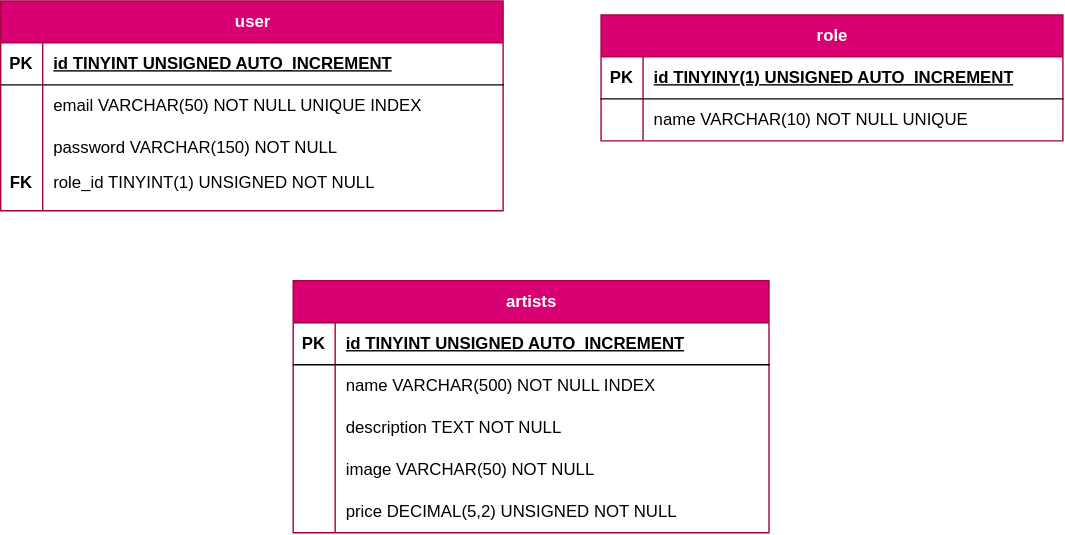
Before: code/merise /MPD.drawio.svg, a diagram exported from draw.io (Domitch/souk-sonore-festival). Source tidied: cells renumbered, new cells last; positions are measured from the earlier drawing's top-left corner, leaving out a move shared by most shapes. Its diagram source:
```xml
<mxGraphModel>
  <root>
    <mxCell id="0" />
    <mxCell id="1" parent="0" />
    <mxCell id="2" value="user" style="shape=table;startSize=30;rowLines=0;fontStyle=1;align=center;html=1;fillColor=#d80073;strokeColor=#A50040;fontColor=#ffffff;" parent="1" vertex="1">
      <mxGeometry width="359" height="150" as="geometry" />
    </mxCell>
    <mxCell id="3" style="shape=tableRow;horizontal=0;startSize=0;swimlaneHead=0;swimlaneBody=0;fillColor=none;top=0;left=0;right=0;bottom=1;" parent="2" vertex="1">
      <mxGeometry y="30" width="359" height="30" as="geometry" />
    </mxCell>
    <mxCell id="4" value="PK" style="shape=partialRectangle;fillColor=none;top=0;left=0;bottom=0;right=0;fontStyle=1;overflow=hidden;whiteSpace=wrap;html=1;" parent="3" vertex="1">
      <mxGeometry width="30" height="30" as="geometry" />
    </mxCell>
    <mxCell id="5" value="id TINYINT UNSIGNED AUTO_INCREMENT" style="shape=partialRectangle;fillColor=none;top=0;left=0;bottom=0;right=0;align=left;spacingLeft=6;fontStyle=5;overflow=hidden;whiteSpace=wrap;html=1;" parent="3" vertex="1">
      <mxGeometry x="30" width="329" height="30" as="geometry" />
    </mxCell>
    <mxCell id="6" style="shape=tableRow;horizontal=0;startSize=0;swimlaneHead=0;swimlaneBody=0;fillColor=none;top=0;left=0;right=0;bottom=0;" parent="2" vertex="1">
      <mxGeometry y="60" width="359" height="30" as="geometry" />
    </mxCell>
    <mxCell id="7" style="shape=partialRectangle;fillColor=none;top=0;left=0;bottom=0;right=0;overflow=hidden;whiteSpace=wrap;html=1;" parent="6" vertex="1">
      <mxGeometry width="30" height="30" as="geometry" />
    </mxCell>
    <mxCell id="8" value="email VARCHAR(50) NOT NULL UNIQUE INDEX" style="shape=partialRectangle;fillColor=none;top=0;left=0;bottom=0;right=0;align=left;spacingLeft=6;overflow=hidden;whiteSpace=wrap;html=1;" parent="6" vertex="1">
      <mxGeometry x="30" width="329" height="30" as="geometry" />
    </mxCell>
    <mxCell id="9" style="shape=tableRow;horizontal=0;startSize=0;swimlaneHead=0;swimlaneBody=0;fillColor=none;top=0;left=0;right=0;bottom=0;" parent="2" vertex="1">
      <mxGeometry y="90" width="359" height="30" as="geometry" />
    </mxCell>
    <mxCell id="10" style="shape=partialRectangle;fillColor=none;top=0;left=0;bottom=0;right=0;overflow=hidden;whiteSpace=wrap;html=1;" parent="9" vertex="1">
      <mxGeometry width="30" height="30" as="geometry" />
    </mxCell>
    <mxCell id="11" value="password VARCHAR(150) NOT NULL" style="shape=partialRectangle;fillColor=none;top=0;left=0;bottom=0;right=0;align=left;spacingLeft=6;overflow=hidden;whiteSpace=wrap;html=1;" parent="9" vertex="1">
      <mxGeometry x="30" width="329" height="30" as="geometry" />
    </mxCell>
    <mxCell id="12" style="shape=tableRow;horizontal=0;startSize=0;swimlaneHead=0;swimlaneBody=0;fillColor=none;top=0;left=0;right=0;bottom=0;" parent="2" vertex="1">
      <mxGeometry y="120" width="359" height="30" as="geometry" />
    </mxCell>
    <mxCell id="13" style="shape=partialRectangle;fillColor=none;top=0;left=0;bottom=0;right=0;overflow=hidden;whiteSpace=wrap;html=1;fontStyle=1;" parent="12" vertex="1">
      <mxGeometry width="30" height="30" as="geometry" />
    </mxCell>
    <mxCell id="14" style="shape=partialRectangle;fillColor=none;top=0;left=0;bottom=0;right=0;align=left;spacingLeft=6;overflow=hidden;whiteSpace=wrap;html=1;" parent="12" vertex="1">
      <mxGeometry x="30" width="329" height="30" as="geometry" />
    </mxCell>
    <mxCell id="15" value="FK" style="shape=partialRectangle;fillColor=none;top=0;left=0;bottom=0;right=0;overflow=hidden;whiteSpace=wrap;html=1;fontStyle=1;" parent="1" vertex="1">
      <mxGeometry y="120" width="30" height="20" as="geometry" />
    </mxCell>
    <mxCell id="16" value="role_id TINYINT(1) UNSIGNED NOT NULL" style="shape=partialRectangle;fillColor=none;top=0;left=0;bottom=0;right=0;align=left;spacingLeft=6;overflow=hidden;whiteSpace=wrap;html=1;" parent="1" vertex="1">
      <mxGeometry x="30" y="120" width="329" height="20" as="geometry" />
    </mxCell>
    <mxCell id="17" value="role" style="shape=table;startSize=30;rowLines=0;fontStyle=1;align=center;html=1;fillColor=#d80073;strokeColor=#A50040;fontColor=#ffffff;" parent="1" vertex="1">
      <mxGeometry x="429" y="10" width="330" height="90" as="geometry" />
    </mxCell>
    <mxCell id="18" style="shape=tableRow;horizontal=0;startSize=0;swimlaneHead=0;swimlaneBody=0;fillColor=none;top=0;left=0;right=0;bottom=1;" parent="17" vertex="1">
      <mxGeometry y="30" width="330" height="30" as="geometry" />
    </mxCell>
    <mxCell id="19" value="PK" style="shape=partialRectangle;fillColor=none;top=0;left=0;bottom=0;right=0;fontStyle=1;overflow=hidden;whiteSpace=wrap;html=1;" parent="18" vertex="1">
      <mxGeometry width="30" height="30" as="geometry" />
    </mxCell>
    <mxCell id="20" value="id TINYINY(1) UNSIGNED AUTO_INCREMENT" style="shape=partialRectangle;fillColor=none;top=0;left=0;bottom=0;right=0;align=left;spacingLeft=6;fontStyle=5;overflow=hidden;whiteSpace=wrap;html=1;" parent="18" vertex="1">
      <mxGeometry x="30" width="300" height="30" as="geometry" />
    </mxCell>
    <mxCell id="21" style="shape=tableRow;horizontal=0;startSize=0;swimlaneHead=0;swimlaneBody=0;fillColor=none;top=0;left=0;right=0;bottom=0;" parent="17" vertex="1">
      <mxGeometry y="60" width="330" height="30" as="geometry" />
    </mxCell>
    <mxCell id="22" style="shape=partialRectangle;fillColor=none;top=0;left=0;bottom=0;right=0;overflow=hidden;whiteSpace=wrap;html=1;" parent="21" vertex="1">
      <mxGeometry width="30" height="30" as="geometry" />
    </mxCell>
    <mxCell id="23" value="name VARCHAR(10) NOT NULL UNIQUE" style="shape=partialRectangle;fillColor=none;top=0;left=0;bottom=0;right=0;align=left;spacingLeft=6;overflow=hidden;whiteSpace=wrap;html=1;" parent="21" vertex="1">
      <mxGeometry x="30" width="300" height="30" as="geometry" />
    </mxCell>
    <mxCell id="24" value="artists" style="shape=table;startSize=30;rowLines=0;fontStyle=1;align=center;html=1;fillColor=#d80073;strokeColor=#A50040;fontColor=#ffffff;" parent="1" vertex="1">
      <mxGeometry x="209" y="200" width="340" height="180" as="geometry" />
    </mxCell>
    <mxCell id="25" style="shape=tableRow;horizontal=0;startSize=0;swimlaneHead=0;swimlaneBody=0;fillColor=none;top=0;left=0;right=0;bottom=1;" parent="24" vertex="1">
      <mxGeometry y="30" width="340" height="30" as="geometry" />
    </mxCell>
    <mxCell id="26" value="PK" style="shape=partialRectangle;fillColor=none;top=0;left=0;bottom=0;right=0;fontStyle=1;overflow=hidden;whiteSpace=wrap;html=1;" parent="25" vertex="1">
      <mxGeometry width="30" height="30" as="geometry" />
    </mxCell>
    <mxCell id="27" value="id TINYINT UNSIGNED AUTO_INCREMENT" style="shape=partialRectangle;fillColor=none;top=0;left=0;bottom=0;right=0;align=left;spacingLeft=6;fontStyle=5;overflow=hidden;whiteSpace=wrap;html=1;" parent="25" vertex="1">
      <mxGeometry x="30" width="310" height="30" as="geometry" />
    </mxCell>
    <mxCell id="28" style="shape=tableRow;horizontal=0;startSize=0;swimlaneHead=0;swimlaneBody=0;fillColor=none;top=0;left=0;right=0;bottom=0;" parent="24" vertex="1">
      <mxGeometry y="60" width="340" height="30" as="geometry" />
    </mxCell>
    <mxCell id="29" style="shape=partialRectangle;fillColor=none;top=0;left=0;bottom=0;right=0;overflow=hidden;whiteSpace=wrap;html=1;" parent="28" vertex="1">
      <mxGeometry width="30" height="30" as="geometry" />
    </mxCell>
    <mxCell id="30" value="name VARCHAR(500) NOT NULL INDEX" style="shape=partialRectangle;fillColor=none;top=0;left=0;bottom=0;right=0;align=left;spacingLeft=6;overflow=hidden;whiteSpace=wrap;html=1;" parent="28" vertex="1">
      <mxGeometry x="30" width="310" height="30" as="geometry" />
    </mxCell>
    <mxCell id="31" style="shape=tableRow;horizontal=0;startSize=0;swimlaneHead=0;swimlaneBody=0;fillColor=none;top=0;left=0;right=0;bottom=0;" parent="24" vertex="1">
      <mxGeometry y="90" width="340" height="30" as="geometry" />
    </mxCell>
    <mxCell id="32" style="shape=partialRectangle;fillColor=none;top=0;left=0;bottom=0;right=0;overflow=hidden;whiteSpace=wrap;html=1;" parent="31" vertex="1">
      <mxGeometry width="30" height="30" as="geometry" />
    </mxCell>
    <mxCell id="33" value="description TEXT NOT NULL" style="shape=partialRectangle;fillColor=none;top=0;left=0;bottom=0;right=0;align=left;spacingLeft=6;overflow=hidden;whiteSpace=wrap;html=1;" parent="31" vertex="1">
      <mxGeometry x="30" width="310" height="30" as="geometry" />
    </mxCell>
    <mxCell id="34" style="shape=tableRow;horizontal=0;startSize=0;swimlaneHead=0;swimlaneBody=0;fillColor=none;top=0;left=0;right=0;bottom=0;" parent="24" vertex="1">
      <mxGeometry y="120" width="340" height="30" as="geometry" />
    </mxCell>
    <mxCell id="35" style="shape=partialRectangle;fillColor=none;top=0;left=0;bottom=0;right=0;overflow=hidden;whiteSpace=wrap;html=1;" parent="34" vertex="1">
      <mxGeometry width="30" height="30" as="geometry" />
    </mxCell>
    <mxCell id="36" value="image VARCHAR(50) NOT NULL" style="shape=partialRectangle;fillColor=none;top=0;left=0;bottom=0;right=0;align=left;spacingLeft=6;overflow=hidden;whiteSpace=wrap;html=1;" parent="34" vertex="1">
      <mxGeometry x="30" width="310" height="30" as="geometry" />
    </mxCell>
    <mxCell id="37" style="shape=tableRow;horizontal=0;startSize=0;swimlaneHead=0;swimlaneBody=0;fillColor=none;points=[[0,0.5],[1,0.5]];portConstraint=eastwest;top=0;left=0;right=0;bottom=0;" parent="24" vertex="1">
      <mxGeometry y="150" width="340" height="30" as="geometry" />
    </mxCell>
    <mxCell id="38" style="shape=partialRectangle;fillColor=none;top=0;left=0;bottom=0;right=0;overflow=hidden;whiteSpace=wrap;html=1;" parent="37" vertex="1">
      <mxGeometry width="30" height="30" as="geometry" />
    </mxCell>
    <mxCell id="39" value="price DECIMAL(5,2) UNSIGNED NOT NULL&amp;nbsp;" style="shape=partialRectangle;fillColor=none;top=0;left=0;bottom=0;right=0;align=left;spacingLeft=6;overflow=hidden;whiteSpace=wrap;html=1;" parent="37" vertex="1">
      <mxGeometry x="30" width="310" height="30" as="geometry" />
    </mxCell>
  </root>
</mxGraphModel>
```
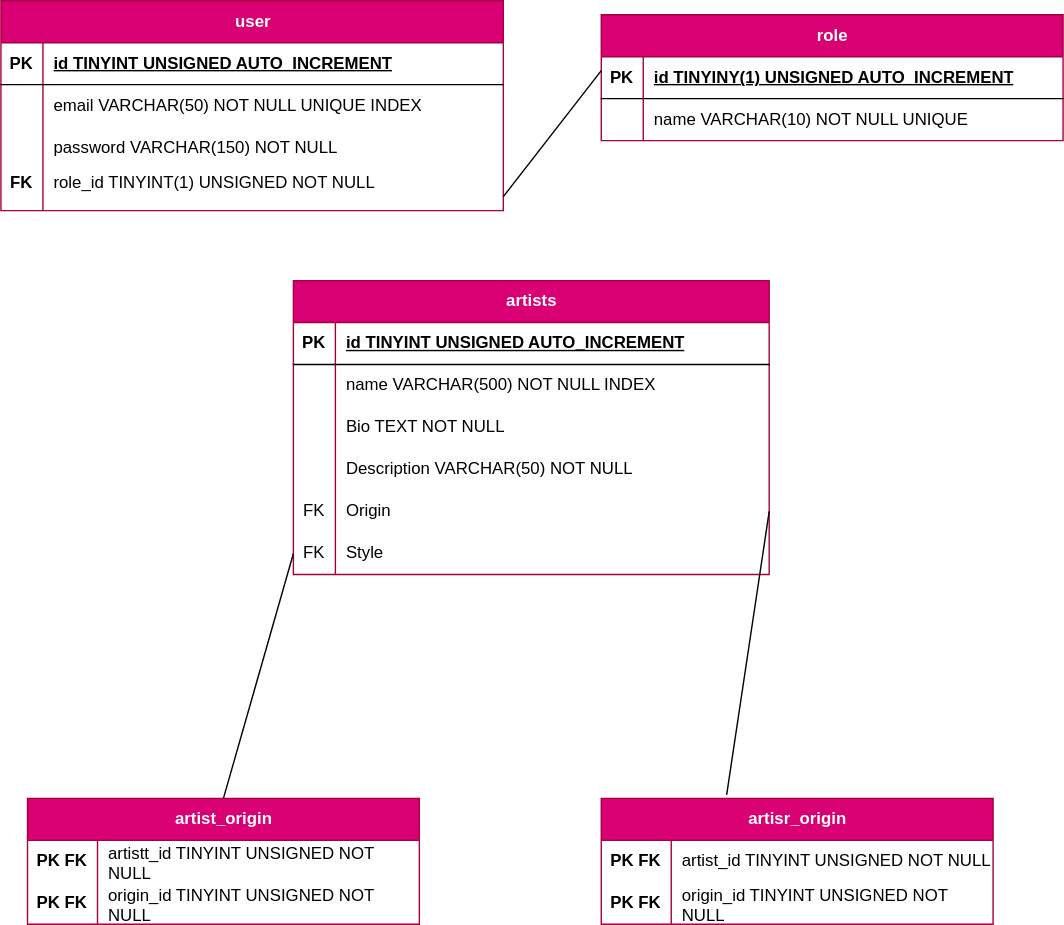
The same diagram one commit later.

Commit message:
mld ok a vérifier avec laurent

Diff of the diagram source:
```diff
@@ -69,7 +69,7 @@
       <mxGeometry x="30" width="300" height="30" as="geometry" />
     </mxCell>
     <mxCell id="24" value="artists" style="shape=table;startSize=30;rowLines=0;fontStyle=1;align=center;html=1;fillColor=#d80073;strokeColor=#A50040;fontColor=#ffffff;" parent="1" vertex="1">
-      <mxGeometry x="209" y="200" width="340" height="180" as="geometry" />
+      <mxGeometry x="209" y="200" width="340" height="210" as="geometry" />
     </mxCell>
     <mxCell id="25" style="shape=tableRow;horizontal=0;startSize=0;swimlaneHead=0;swimlaneBody=0;fillColor=none;top=0;left=0;right=0;bottom=1;" parent="24" vertex="1">
       <mxGeometry y="30" width="340" height="30" as="geometry" />
@@ -95,7 +95,7 @@
     <mxCell id="32" style="shape=partialRectangle;fillColor=none;top=0;left=0;bottom=0;right=0;overflow=hidden;whiteSpace=wrap;html=1;" parent="31" vertex="1">
       <mxGeometry width="30" height="30" as="geometry" />
     </mxCell>
-    <mxCell id="33" value="description TEXT NOT NULL" style="shape=partialRectangle;fillColor=none;top=0;left=0;bottom=0;right=0;align=left;spacingLeft=6;overflow=hidden;whiteSpace=wrap;html=1;" parent="31" vertex="1">
+    <mxCell id="33" value="Bio TEXT NOT NULL" style="shape=partialRectangle;fillColor=none;top=0;left=0;bottom=0;right=0;align=left;spacingLeft=6;overflow=hidden;whiteSpace=wrap;html=1;" parent="31" vertex="1">
       <mxGeometry x="30" width="310" height="30" as="geometry" />
     </mxCell>
     <mxCell id="34" style="shape=tableRow;horizontal=0;startSize=0;swimlaneHead=0;swimlaneBody=0;fillColor=none;top=0;left=0;right=0;bottom=0;" parent="24" vertex="1">
@@ -104,17 +104,82 @@
     <mxCell id="35" style="shape=partialRectangle;fillColor=none;top=0;left=0;bottom=0;right=0;overflow=hidden;whiteSpace=wrap;html=1;" parent="34" vertex="1">
       <mxGeometry width="30" height="30" as="geometry" />
     </mxCell>
-    <mxCell id="36" value="image VARCHAR(50) NOT NULL" style="shape=partialRectangle;fillColor=none;top=0;left=0;bottom=0;right=0;align=left;spacingLeft=6;overflow=hidden;whiteSpace=wrap;html=1;" parent="34" vertex="1">
+    <mxCell id="36" value="Description VARCHAR(50) NOT NULL" style="shape=partialRectangle;fillColor=none;top=0;left=0;bottom=0;right=0;align=left;spacingLeft=6;overflow=hidden;whiteSpace=wrap;html=1;" parent="34" vertex="1">
       <mxGeometry x="30" width="310" height="30" as="geometry" />
     </mxCell>
     <mxCell id="37" style="shape=tableRow;horizontal=0;startSize=0;swimlaneHead=0;swimlaneBody=0;fillColor=none;points=[[0,0.5],[1,0.5]];portConstraint=eastwest;top=0;left=0;right=0;bottom=0;" parent="24" vertex="1">
       <mxGeometry y="150" width="340" height="30" as="geometry" />
     </mxCell>
-    <mxCell id="38" style="shape=partialRectangle;fillColor=none;top=0;left=0;bottom=0;right=0;overflow=hidden;whiteSpace=wrap;html=1;" parent="37" vertex="1">
+    <mxCell id="38" value="FK" style="shape=partialRectangle;fillColor=none;top=0;left=0;bottom=0;right=0;overflow=hidden;whiteSpace=wrap;html=1;" parent="37" vertex="1">
       <mxGeometry width="30" height="30" as="geometry" />
     </mxCell>
-    <mxCell id="39" value="price DECIMAL(5,2) UNSIGNED NOT NULL&amp;nbsp;" style="shape=partialRectangle;fillColor=none;top=0;left=0;bottom=0;right=0;align=left;spacingLeft=6;overflow=hidden;whiteSpace=wrap;html=1;" parent="37" vertex="1">
+    <mxCell id="39" value="Origin&amp;nbsp;" style="shape=partialRectangle;fillColor=none;top=0;left=0;bottom=0;right=0;align=left;spacingLeft=6;overflow=hidden;whiteSpace=wrap;html=1;" parent="37" vertex="1">
       <mxGeometry x="30" width="310" height="30" as="geometry" />
     </mxCell>
+    <mxCell id="40" style="shape=tableRow;horizontal=0;startSize=0;swimlaneHead=0;swimlaneBody=0;fillColor=none;points=[[0,0.5],[1,0.5]];portConstraint=eastwest;top=0;left=0;right=0;bottom=0;" parent="24" vertex="1">
+      <mxGeometry y="180" width="340" height="30" as="geometry" />
+    </mxCell>
+    <mxCell id="41" value="FK" style="shape=partialRectangle;fillColor=none;top=0;left=0;bottom=0;right=0;overflow=hidden;whiteSpace=wrap;html=1;" parent="40" vertex="1">
+      <mxGeometry width="30" height="30" as="geometry" />
+    </mxCell>
+    <mxCell id="42" value="Style" style="shape=partialRectangle;fillColor=none;top=0;left=0;bottom=0;right=0;align=left;spacingLeft=6;overflow=hidden;whiteSpace=wrap;html=1;" parent="40" vertex="1">
+      <mxGeometry x="30" width="310" height="30" as="geometry" />
+    </mxCell>
+    <mxCell id="43" value="artist_origin" style="shape=table;startSize=30;rowLines=0;fontStyle=1;align=center;html=1;fillColor=#d80073;strokeColor=#A50040;fontColor=#ffffff;" parent="1" vertex="1">
+      <mxGeometry x="19" y="570" width="280" height="90" as="geometry" />
+    </mxCell>
+    <mxCell id="44" style="shape=tableRow;horizontal=0;startSize=0;swimlaneHead=0;swimlaneBody=0;fillColor=none;top=0;left=0;right=0;bottom=0;" parent="43" vertex="1">
+      <mxGeometry y="30" width="280" height="30" as="geometry" />
+    </mxCell>
+    <mxCell id="45" value="&lt;b&gt;PK FK&lt;/b&gt;" style="shape=partialRectangle;fillColor=none;top=0;left=0;bottom=0;right=0;overflow=hidden;whiteSpace=wrap;html=1;" parent="44" vertex="1">
+      <mxGeometry width="50" height="30" as="geometry" />
+    </mxCell>
+    <mxCell id="46" value="artistt_id TINYINT UNSIGNED NOT NULL" style="shape=partialRectangle;fillColor=none;top=0;left=0;bottom=0;right=0;align=left;spacingLeft=6;overflow=hidden;whiteSpace=wrap;html=1;" parent="44" vertex="1">
+      <mxGeometry x="50" width="230" height="30" as="geometry" />
+    </mxCell>
+    <mxCell id="47" style="shape=tableRow;horizontal=0;startSize=0;swimlaneHead=0;swimlaneBody=0;fillColor=none;top=0;left=0;right=0;bottom=0;" parent="43" vertex="1">
+      <mxGeometry y="60" width="280" height="30" as="geometry" />
+    </mxCell>
+    <mxCell id="48" value="&lt;b&gt;PK FK&lt;/b&gt;" style="shape=partialRectangle;fillColor=none;top=0;left=0;bottom=0;right=0;overflow=hidden;whiteSpace=wrap;html=1;" parent="47" vertex="1">
+      <mxGeometry width="50" height="30" as="geometry" />
+    </mxCell>
+    <mxCell id="49" value="origin_id TINYINT UNSIGNED NOT NULL" style="shape=partialRectangle;fillColor=none;top=0;left=0;bottom=0;right=0;align=left;spacingLeft=6;overflow=hidden;whiteSpace=wrap;html=1;" parent="47" vertex="1">
+      <mxGeometry x="50" width="230" height="30" as="geometry" />
+    </mxCell>
+    <mxCell id="50" value="artisr_origin" style="shape=table;startSize=30;rowLines=0;fontStyle=1;align=center;html=1;fillColor=#d80073;strokeColor=#A50040;fontColor=#ffffff;" parent="1" vertex="1">
+      <mxGeometry x="429" y="570" width="280" height="90" as="geometry" />
+    </mxCell>
+    <mxCell id="51" style="shape=tableRow;horizontal=0;startSize=0;swimlaneHead=0;swimlaneBody=0;fillColor=none;top=0;left=0;right=0;bottom=0;" parent="50" vertex="1">
+      <mxGeometry y="30" width="280" height="30" as="geometry" />
+    </mxCell>
+    <mxCell id="52" value="&lt;b&gt;PK FK&lt;/b&gt;" style="shape=partialRectangle;fillColor=none;top=0;left=0;bottom=0;right=0;overflow=hidden;whiteSpace=wrap;html=1;" parent="51" vertex="1">
+      <mxGeometry width="50" height="30" as="geometry" />
+    </mxCell>
+    <mxCell id="53" value="artist_id TINYINT UNSIGNED NOT NULL" style="shape=partialRectangle;fillColor=none;top=0;left=0;bottom=0;right=0;align=left;spacingLeft=6;overflow=hidden;whiteSpace=wrap;html=1;" parent="51" vertex="1">
+      <mxGeometry x="50" width="230" height="30" as="geometry" />
+    </mxCell>
+    <mxCell id="54" style="shape=tableRow;horizontal=0;startSize=0;swimlaneHead=0;swimlaneBody=0;fillColor=none;top=0;left=0;right=0;bottom=0;" parent="50" vertex="1">
+      <mxGeometry y="60" width="280" height="30" as="geometry" />
+    </mxCell>
+    <mxCell id="55" value="&lt;b&gt;PK FK&lt;/b&gt;" style="shape=partialRectangle;fillColor=none;top=0;left=0;bottom=0;right=0;overflow=hidden;whiteSpace=wrap;html=1;" parent="54" vertex="1">
+      <mxGeometry width="50" height="30" as="geometry" />
+    </mxCell>
+    <mxCell id="56" value="origin_id TINYINT UNSIGNED NOT NULL" style="shape=partialRectangle;fillColor=none;top=0;left=0;bottom=0;right=0;align=left;spacingLeft=6;overflow=hidden;whiteSpace=wrap;html=1;" parent="54" vertex="1">
+      <mxGeometry x="50" width="230" height="30" as="geometry" />
+    </mxCell>
+    <mxCell id="57" style="endArrow=none;html=1;rounded=0;exitX=0.32;exitY=-0.028;exitDx=0;exitDy=0;entryX=1;entryY=0.5;entryDx=0;entryDy=0;exitPerimeter=0;" parent="1" edge="1" source="50" target="37">
+      <mxGeometry relative="1" as="geometry" />
+    </mxCell>
+    <mxCell id="58" style="endArrow=none;html=1;rounded=0;exitX=0.32;exitY=-0.028;exitDx=0;exitDy=0;entryX=0;entryY=0.5;entryDx=0;entryDy=0;exitPerimeter=0;" parent="1" edge="1" target="40">
+      <mxGeometry relative="1" as="geometry">
+        <mxPoint x="159" y="570" as="sourcePoint" />
+      </mxGeometry>
+    </mxCell>
+    <mxCell id="59" style="endArrow=none;html=1;rounded=0;entryX=1;entryY=0.5;entryDx=0;entryDy=0;" parent="1" edge="1">
+      <mxGeometry relative="1" as="geometry">
+        <mxPoint x="359" y="140" as="sourcePoint" />
+        <mxPoint x="429" y="50" as="targetPoint" />
+      </mxGeometry>
+    </mxCell>
   </root>
 </mxGraphModel>
```
